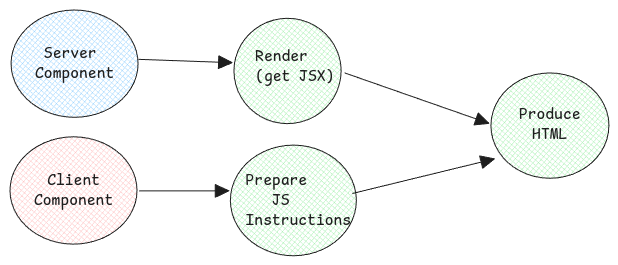
Earlier version of the Excalidraw export static/img/rsc-server-rendering.excalidraw.png (swaroopar/inprogress-engineer). Source tidied: one line per element, renumbered; positions are measured from the earlier drawing's top-left corner, leaving out a move shared by most shapes.
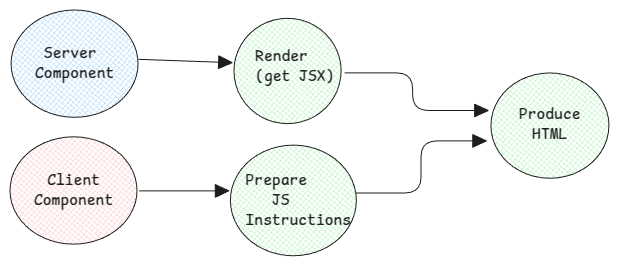
Above is the later version.

Diff of the diagram source:
```diff
@@ -10,5 +10,5 @@
 {"id": 9, "type": "ellipse", "strokeColor": "#1e1e1e", "backgroundColor": "#b2f2bb", "fillStyle": "cross-hatch", "strokeWidth": 1, "roughness": 0, "round": true, "x": 220, "y": 135, "width": 126, "height": 111}
 {"id": 10, "type": "text", "text": "Prepare\n   JS\nInstructions", "strokeColor": "#1e1e1e", "strokeWidth": 1, "roughness": 0, "fontSize": 16, "fontFamily": 8, "x": 236, "y": 161, "width": 106, "height": 60}
 {"id": 11, "type": "arrow", "strokeColor": "#1e1e1e", "backgroundColor": "#b2f2bb", "fillStyle": "cross-hatch", "strokeWidth": 1, "roughness": 0, "endArrowhead": "triangle", "round": true, "to": 9, "x": 129, "y": 181, "width": 89, "height": 0, "points": [[0, 0], [89, 0]]}
-{"id": 12, "type": "arrow", "strokeColor": "#1e1e1e", "backgroundColor": "#b2f2bb", "fillStyle": "cross-hatch", "strokeWidth": 1, "roughness": 0, "endArrowhead": "triangle", "round": true, "from": 10, "x": 343, "y": 183, "width": 142, "height": 35, "points": [[0, 0], [142, -35]]}
+{"id": 12, "type": "arrow", "strokeColor": "#1e1e1e", "backgroundColor": "#b2f2bb", "fillStyle": "cross-hatch", "strokeWidth": 1, "roughness": 0, "endArrowhead": "triangle", "from": 10, "to": 4, "x": 346, "y": 183, "width": 130, "height": 52, "points": [[0, 0], [65, 0], [65, -52], [130, -52]]}
-{"id": 13, "type": "arrow", "strokeColor": "#1e1e1e", "strokeWidth": 1, "roughness": 0, "endArrowhead": "triangle", "round": true, "from": 3, "to": 4, "x": 335, "y": 63, "width": 144, "height": 50, "points": [[0, 0], [144, 50]]}
+{"id": 13, "type": "arrow", "strokeColor": "#1e1e1e", "strokeWidth": 1, "roughness": 0, "endArrowhead": "triangle", "from": 3, "to": 4, "x": 335, "y": 63, "width": 143, "height": 38, "points": [[0, 0], [68, 0], [68, 38], [143, 38]]}
```
